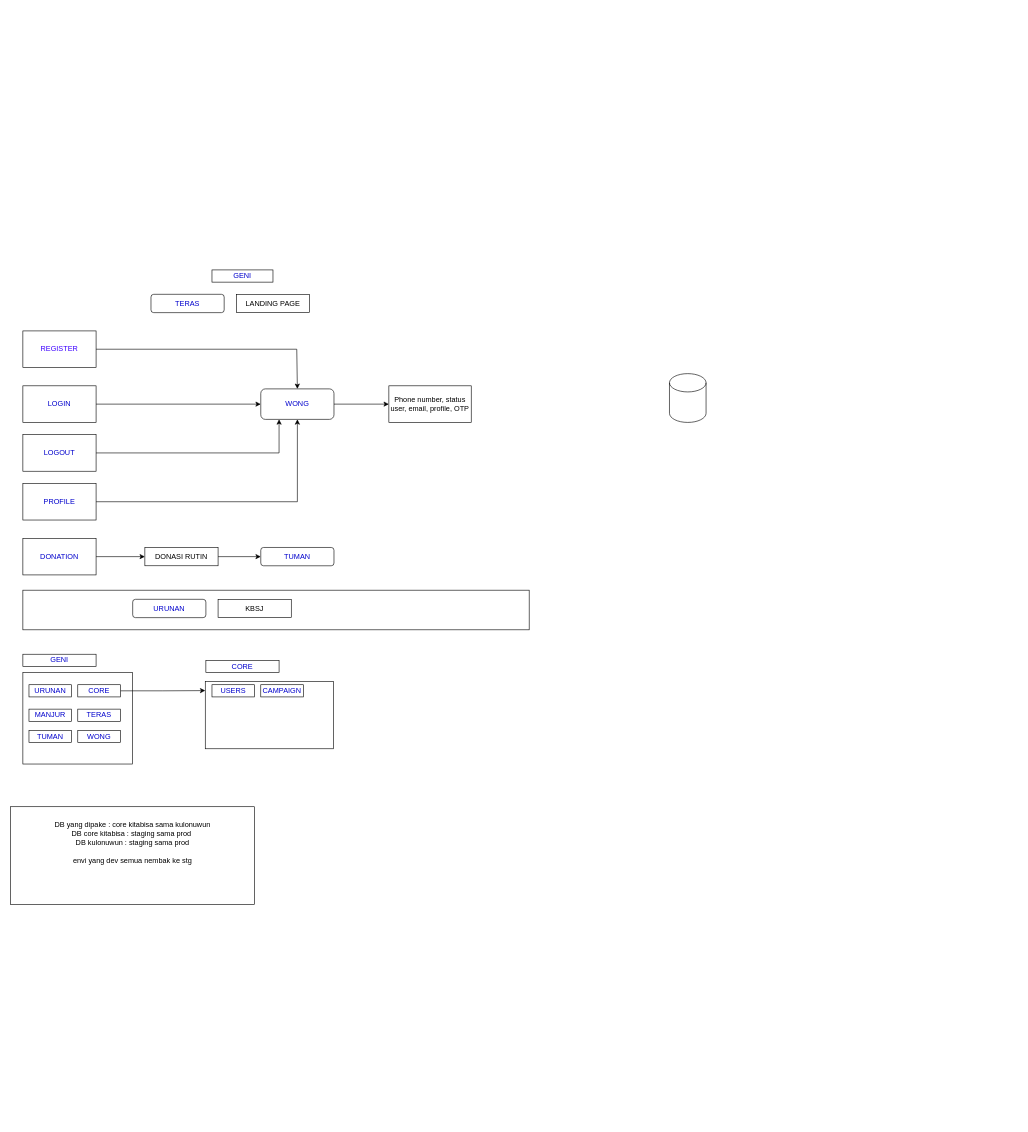
Above: page "WB" (2 of 3) of KTBS-DAS-System-Diagram.drawio in WisnuBramantyo/KTBS-Testing (draw.io), before the change. Source tidied: cells renumbered, new cells numbered last; positions are measured from the earlier drawing's top-left corner, leaving out a move shared by most shapes. Both pictures are drawn from the tidied source at 61%, with x=0, y=0 at pixel (10, 270).
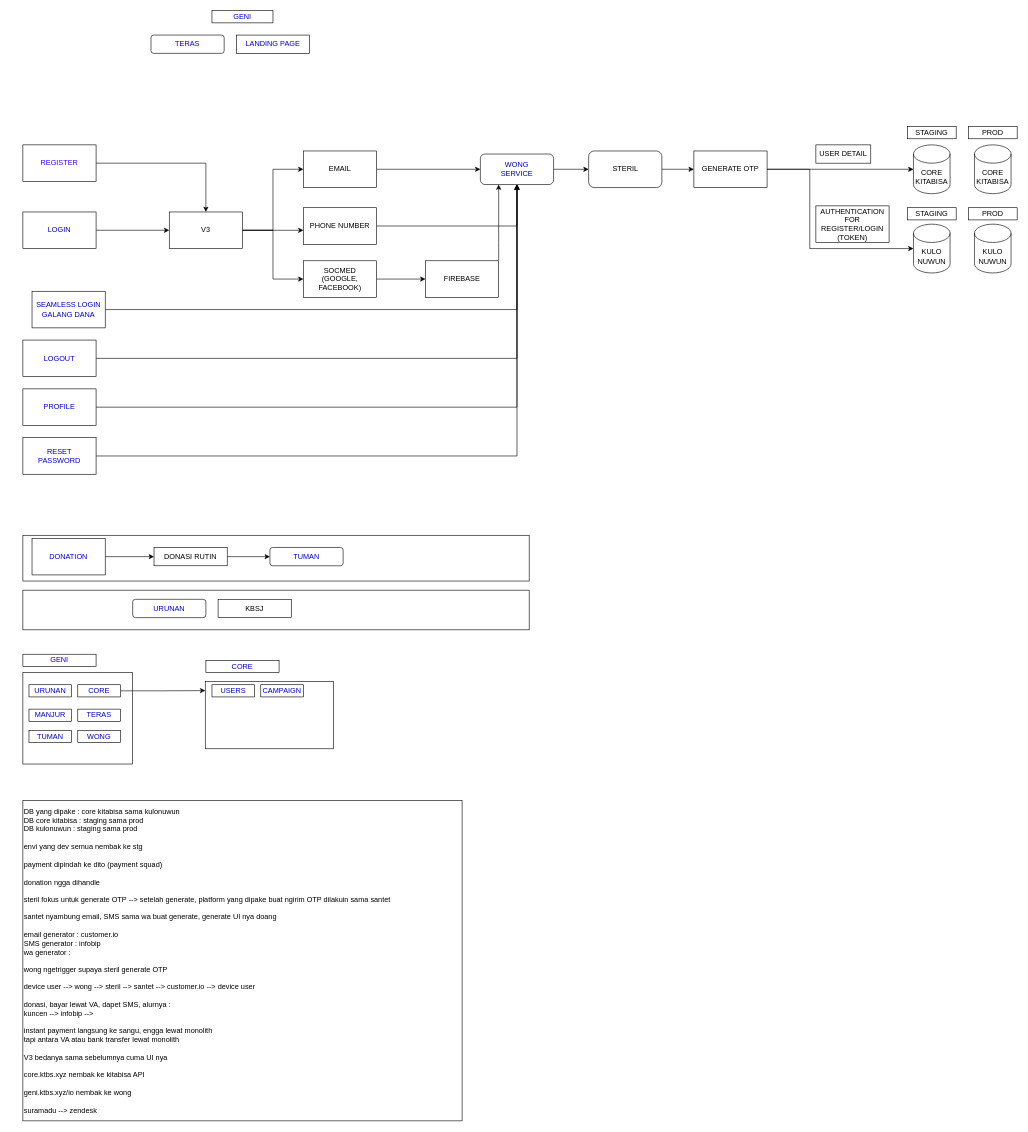
The same page after the edit.

The edit, as a diff of the source:
```diff
@@
+    <mxCell id="39" style="rounded=0;whiteSpace=wrap;html=1;" parent="1" vertex="1">
+      <mxGeometry x="20" y="435" width="830" height="75" as="geometry" />
+    </mxCell>
@@
-    <mxCell id="3" style="edgeStyle=orthogonalEdgeStyle;rounded=0;jettySize=auto;html=1;entryX=0;entryY=0.5;entryDx=0;entryDy=0;" parent="1" edge="1" source="4" target="25">
-      <mxGeometry relative="1" as="geometry" />
-    </mxCell>
+    <mxCell id="40" style="edgeStyle=orthogonalEdgeStyle;rounded=0;jettySize=auto;html=1;entryX=0;entryY=0.5;entryDx=0;entryDy=0;" parent="1" edge="1" source="4" target="50">
+      <mxGeometry relative="1" as="geometry" />
+    </mxCell>
     <mxCell id="4" value="&lt;font color=&quot;#0000cc&quot;&gt;LOGIN&lt;/font&gt;&lt;br&gt;" style="rounded=0;whiteSpace=wrap;html=1;" parent="1" vertex="1">
-      <mxGeometry x="20" y="190" width="120" height="60" as="geometry" />
+      <mxGeometry x="20" y="-95" width="120" height="60" as="geometry" />
     </mxCell>
-    <mxCell id="5" style="edgeStyle=orthogonalEdgeStyle;rounded=0;jettySize=auto;html=1;entryX=0.5;entryY=0;entryDx=0;entryDy=0;" parent="1" edge="1" source="6" target="25">
-      <mxGeometry relative="1" as="geometry">
-        <Array as="points">
-          <mxPoint x="469" y="130" />
-        </Array>
-      </mxGeometry>
-    </mxCell>
+    <mxCell id="41" style="edgeStyle=orthogonalEdgeStyle;rounded=0;jettySize=auto;html=1;" parent="1" edge="1" source="6" target="50">
+      <mxGeometry relative="1" as="geometry" />
+    </mxCell>
     <mxCell id="6" value="&lt;font color=&quot;#3c00ff&quot;&gt;REGISTER&lt;/font&gt;" style="rounded=0;whiteSpace=wrap;html=1;" parent="1" vertex="1">
-      <mxGeometry x="20" y="100" width="120" height="60" as="geometry" />
+      <mxGeometry x="20" y="-205" width="120" height="60" as="geometry" />
     </mxCell>
@@
     <mxCell id="8" value="&lt;font color=&quot;#0000cc&quot;&gt;PROFILE&lt;/font&gt;" style="rounded=0;whiteSpace=wrap;html=1;" parent="1" vertex="1">
-      <mxGeometry x="20" y="350" width="120" height="60" as="geometry" />
+      <mxGeometry x="20" y="195" width="120" height="60" as="geometry" />
     </mxCell>
@@
     <mxCell id="10" value="&lt;font color=&quot;#0000cc&quot;&gt;DONATION&lt;/font&gt;" style="rounded=0;whiteSpace=wrap;html=1;" parent="1" vertex="1">
-      <mxGeometry x="20" y="440" width="120" height="60" as="geometry" />
+      <mxGeometry x="35" y="440" width="120" height="60" as="geometry" />
     </mxCell>
@@
-    <mxCell id="24" style="edgeStyle=orthogonalEdgeStyle;rounded=0;jettySize=auto;html=1;entryX=0;entryY=0.5;entryDx=0;entryDy=0;" parent="1" edge="1" source="25" target="29">
-      <mxGeometry relative="1" as="geometry" />
-    </mxCell>
+    <mxCell id="42" style="edgeStyle=orthogonalEdgeStyle;rounded=0;jettySize=auto;html=1;" parent="1" edge="1" source="25" target="61">
+      <mxGeometry relative="1" as="geometry" />
+    </mxCell>
-    <mxCell id="25" value="&lt;font color=&quot;#0000cc&quot;&gt;WONG&lt;/font&gt;" style="rounded=1;whiteSpace=wrap;html=1;" parent="1" vertex="1">
-      <mxGeometry x="410" y="195" width="120" height="50" as="geometry" />
+    <mxCell id="25" value="&lt;font color=&quot;#0000cc&quot;&gt;WONG&lt;br&gt;SERVICE&lt;/font&gt;" style="rounded=1;whiteSpace=wrap;html=1;" parent="1" vertex="1">
+      <mxGeometry x="770" y="-190" width="120" height="50" as="geometry" />
     </mxCell>
@@
     <mxCell id="27" value="&lt;font color=&quot;#0000cc&quot;&gt;TERAS&lt;/font&gt;" style="rounded=1;whiteSpace=wrap;html=1;" parent="1" vertex="1">
-      <mxGeometry x="230" y="40" width="120" height="30" as="geometry" />
+      <mxGeometry x="230" y="-385" width="120" height="30" as="geometry" />
     </mxCell>
     <mxCell id="28" value="&lt;font color=&quot;#0000cc&quot;&gt;GENI&lt;/font&gt;" style="rounded=0;whiteSpace=wrap;html=1;" parent="1" vertex="1">
-      <mxGeometry x="330" width="100" height="20" as="geometry" />
+      <mxGeometry x="330" y="-425" width="100" height="20" as="geometry" />
     </mxCell>
-    <mxCell id="29" value="Phone number, status user, email, profile, OTP" style="rounded=0;whiteSpace=wrap;html=1;" parent="1" vertex="1">
-      <mxGeometry x="620" y="190" width="135" height="60" as="geometry" />
-    </mxCell>
@@
     <mxCell id="32" value="DONASI RUTIN" style="rounded=0;whiteSpace=wrap;html=1;" parent="1" vertex="1">
-      <mxGeometry x="220" y="455" width="120" height="30" as="geometry" />
+      <mxGeometry x="235" y="455" width="120" height="30" as="geometry" />
     </mxCell>
-    <mxCell id="33" value="LANDING PAGE" style="rounded=0;whiteSpace=wrap;html=1;" parent="1" vertex="1">
-      <mxGeometry x="370" y="40" width="120" height="30" as="geometry" />
+    <mxCell id="33" value="&lt;font color=&quot;#0000cc&quot;&gt;LANDING PAGE&lt;/font&gt;" style="rounded=0;whiteSpace=wrap;html=1;" parent="1" vertex="1">
+      <mxGeometry x="370" y="-385" width="120" height="30" as="geometry" />
     </mxCell>
-    <mxCell id="34" style="edgeStyle=orthogonalEdgeStyle;rounded=0;jettySize=auto;html=1;entryX=0.25;entryY=1;entryDx=0;entryDy=0;" parent="1" edge="1" source="35" target="25">
+    <mxCell id="34" style="edgeStyle=orthogonalEdgeStyle;rounded=0;jettySize=auto;html=1;" parent="1" edge="1" source="35" target="25">
       <mxGeometry relative="1" as="geometry" />
     </mxCell>
     <mxCell id="35" value="&lt;font color=&quot;#0000cc&quot;&gt;LOGOUT&lt;/font&gt;" style="rounded=0;whiteSpace=wrap;html=1;" parent="1" vertex="1">
-      <mxGeometry x="20" y="270" width="120" height="60" as="geometry" />
+      <mxGeometry x="20" y="115" width="120" height="60" as="geometry" />
     </mxCell>
     <mxCell id="36" value="&lt;font color=&quot;#0000cc&quot;&gt;TUMAN&lt;/font&gt;" style="rounded=1;whiteSpace=wrap;html=1;" parent="1" vertex="1">
-      <mxGeometry x="410" y="455" width="120" height="30" as="geometry" />
+      <mxGeometry x="425" y="455" width="120" height="30" as="geometry" />
     </mxCell>
-    <mxCell id="37" style="shape=cylinder3;whiteSpace=wrap;html=1;boundedLbl=1;backgroundOutline=1;size=15;" parent="1" vertex="1">
-      <mxGeometry x="1080" y="170" width="60" height="80" as="geometry" />
+    <mxCell id="37" value="CORE KITABISA" style="shape=cylinder3;whiteSpace=wrap;html=1;boundedLbl=1;backgroundOutline=1;size=15;" parent="1" vertex="1">
+      <mxGeometry x="1480" y="-205" width="60" height="80" as="geometry" />
     </mxCell>
-    <mxCell id="38" value="DB yang dipake : core kitabisa sama kulonuwun&lt;br&gt;DB core kitabisa : staging sama prod&amp;nbsp;&lt;br&gt;DB kulonuwun : staging sama prod&lt;br&gt;&lt;br&gt;envi yang dev semua nembak ke stg&lt;br&gt;&lt;br&gt;&lt;br&gt;&lt;br&gt;" style="rounded=0;whiteSpace=wrap;html=1;" parent="1" vertex="1">
-      <mxGeometry y="880" width="400" height="160" as="geometry" />
+    <mxCell id="38" value="DB yang dipake : core kitabisa sama kulonuwun&lt;br&gt;DB core kitabisa : staging sama prod&amp;nbsp;&lt;br&gt;DB kulonuwun : staging sama prod&lt;br&gt;&lt;br&gt;envi yang dev semua nembak ke stg&lt;br&gt;&lt;br&gt;payment dipindah ke dito (payment squad)&lt;br&gt;&lt;br&gt;donation ngga dihandle&lt;br&gt;&lt;br&gt;steril fokus untuk generate OTP --&amp;gt; setelah generate, platform yang dipake buat ngirim OTP dilakuin sama santet&lt;br&gt;&lt;br&gt;santet nyambung email, SMS sama wa buat generate, generate UI nya doang&lt;br&gt;&lt;br&gt;email generator : customer.io&lt;br&gt;SMS generator : infobip&lt;br&gt;wa generator :&amp;nbsp;&lt;br&gt;&lt;br&gt;wong ngetrigger supaya steril generate OTP&lt;br&gt;&lt;br&gt;device user --&amp;gt; wong --&amp;gt; steril --&amp;gt; santet --&amp;gt; customer.io --&amp;gt; device user&lt;br&gt;&lt;br&gt;donasi, bayar lewat VA, dapet SMS, alurnya :&lt;br&gt;kuncen --&amp;gt; infobip --&amp;gt;&lt;br&gt;&lt;br&gt;instant payment langsung ke sangu, engga lewat monolith&lt;br&gt;tapi antara VA atau bank transfer lewat monolith&lt;br&gt;&lt;br&gt;V3 bedanya sama sebelumnya cuma UI nya&lt;br&gt;&lt;br&gt;core.ktbs.xyz nembak ke kitabisa API&lt;br&gt;&lt;br&gt;geni.ktbs.xyz/io nembak ke wong&lt;br&gt;&lt;br&gt;suramadu --&amp;gt; zendesk&amp;nbsp;" style="rounded=0;whiteSpace=wrap;html=1;align=left;" parent="1" vertex="1">
+      <mxGeometry x="20" y="870" width="720" height="525" as="geometry" />
     </mxCell>
+    <mxCell id="43" style="edgeStyle=orthogonalEdgeStyle;rounded=0;jettySize=auto;html=1;" parent="1" edge="1" source="44" target="25">
+      <mxGeometry relative="1" as="geometry" />
+    </mxCell>
+    <mxCell id="44" value="&lt;font color=&quot;#0000cc&quot;&gt;RESET&lt;br&gt;PASSWORD&lt;br&gt;&lt;/font&gt;" style="rounded=0;whiteSpace=wrap;html=1;" parent="1" vertex="1">
+      <mxGeometry x="20" y="275" width="120" height="60" as="geometry" />
+    </mxCell>
+    <mxCell id="45" style="edgeStyle=orthogonalEdgeStyle;rounded=0;jettySize=auto;html=1;entryX=0.5;entryY=1;entryDx=0;entryDy=0;" parent="1" edge="1" source="46" target="25">
+      <mxGeometry relative="1" as="geometry" />
+    </mxCell>
+    <mxCell id="46" value="&lt;font color=&quot;#0000cc&quot;&gt;SEAMLESS LOGIN&lt;br&gt;GALANG DANA&lt;br&gt;&lt;/font&gt;" style="rounded=0;whiteSpace=wrap;html=1;" parent="1" vertex="1">
+      <mxGeometry x="35" y="35" width="120" height="60" as="geometry" />
+    </mxCell>
+    <mxCell id="47" style="edgeStyle=orthogonalEdgeStyle;rounded=0;jettySize=auto;html=1;entryX=0;entryY=0.617;entryDx=0;entryDy=0;entryPerimeter=0;" parent="1" edge="1" source="50" target="54">
+      <mxGeometry relative="1" as="geometry" />
+    </mxCell>
+    <mxCell id="48" style="edgeStyle=orthogonalEdgeStyle;rounded=0;jettySize=auto;html=1;entryX=0;entryY=0.5;entryDx=0;entryDy=0;" parent="1" edge="1" source="50" target="56">
+      <mxGeometry relative="1" as="geometry" />
+    </mxCell>
+    <mxCell id="49" style="edgeStyle=orthogonalEdgeStyle;rounded=0;jettySize=auto;html=1;entryX=0;entryY=0.5;entryDx=0;entryDy=0;" parent="1" edge="1" source="50" target="52">
+      <mxGeometry relative="1" as="geometry" />
+    </mxCell>
+    <mxCell id="50" value="V3" style="rounded=0;whiteSpace=wrap;html=1;" parent="1" vertex="1">
+      <mxGeometry x="260" y="-95" width="120" height="60" as="geometry" />
+    </mxCell>
+    <mxCell id="51" style="edgeStyle=orthogonalEdgeStyle;rounded=0;jettySize=auto;html=1;entryX=0;entryY=0.5;entryDx=0;entryDy=0;" parent="1" edge="1" source="52" target="25">
+      <mxGeometry relative="1" as="geometry" />
+    </mxCell>
+    <mxCell id="52" value="EMAIL" style="rounded=0;whiteSpace=wrap;html=1;" parent="1" vertex="1">
+      <mxGeometry x="480" y="-195" width="120" height="60" as="geometry" />
+    </mxCell>
+    <mxCell id="53" style="edgeStyle=orthogonalEdgeStyle;rounded=0;jettySize=auto;html=1;" parent="1" edge="1" source="54" target="25">
+      <mxGeometry relative="1" as="geometry" />
+    </mxCell>
+    <mxCell id="54" value="PHONE NUMBER" style="rounded=0;whiteSpace=wrap;html=1;" parent="1" vertex="1">
+      <mxGeometry x="480" y="-102" width="120" height="60" as="geometry" />
+    </mxCell>
+    <mxCell id="55" style="edgeStyle=orthogonalEdgeStyle;rounded=0;jettySize=auto;html=1;" parent="1" edge="1" source="56" target="58">
+      <mxGeometry relative="1" as="geometry" />
+    </mxCell>
+    <mxCell id="56" value="SOCMED&lt;br&gt;(GOOGLE,&lt;br&gt;FACEBOOK)" style="rounded=0;whiteSpace=wrap;html=1;" parent="1" vertex="1">
+      <mxGeometry x="480" y="-15" width="120" height="60" as="geometry" />
+    </mxCell>
+    <mxCell id="57" style="edgeStyle=orthogonalEdgeStyle;rounded=0;jettySize=auto;html=1;entryX=0.25;entryY=1;entryDx=0;entryDy=0;" parent="1" edge="1" source="58" target="25">
+      <mxGeometry relative="1" as="geometry">
+        <Array as="points">
+          <mxPoint x="800" y="-45" />
+          <mxPoint x="800" y="-45" />
+        </Array>
+      </mxGeometry>
+    </mxCell>
+    <mxCell id="58" value="FIREBASE" style="rounded=0;whiteSpace=wrap;html=1;" parent="1" vertex="1">
+      <mxGeometry x="680" y="-15" width="120" height="60" as="geometry" />
+    </mxCell>
+    <mxCell id="59" value="KULO&lt;br&gt;NUWUN" style="shape=cylinder3;whiteSpace=wrap;html=1;boundedLbl=1;backgroundOutline=1;size=15;" parent="1" vertex="1">
+      <mxGeometry x="1480" y="-75" width="60" height="80" as="geometry" />
+    </mxCell>
+    <mxCell id="60" style="edgeStyle=orthogonalEdgeStyle;rounded=0;jettySize=auto;html=1;" parent="1" edge="1" source="61" target="64">
+      <mxGeometry relative="1" as="geometry" />
+    </mxCell>
+    <mxCell id="61" value="STERIL" style="rounded=1;whiteSpace=wrap;html=1;" parent="1" vertex="1">
+      <mxGeometry x="947.5" y="-195" width="120" height="60" as="geometry" />
+    </mxCell>
+    <mxCell id="62" style="edgeStyle=orthogonalEdgeStyle;rounded=0;jettySize=auto;html=1;" parent="1" edge="1" source="64" target="37">
+      <mxGeometry relative="1" as="geometry" />
+    </mxCell>
+    <mxCell id="63" style="edgeStyle=orthogonalEdgeStyle;rounded=0;jettySize=auto;html=1;entryX=0;entryY=0.5;entryDx=0;entryDy=0;entryPerimeter=0;" parent="1" edge="1" source="64" target="59">
+      <mxGeometry relative="1" as="geometry">
+        <Array as="points">
+          <mxPoint x="1310" y="-165" />
+          <mxPoint x="1310" y="-35" />
+        </Array>
+      </mxGeometry>
+    </mxCell>
+    <mxCell id="64" value="GENERATE OTP" style="rounded=0;whiteSpace=wrap;html=1;" parent="1" vertex="1">
+      <mxGeometry x="1120" y="-195" width="120" height="60" as="geometry" />
+    </mxCell>
+    <mxCell id="65" value="STAGING" style="rounded=0;whiteSpace=wrap;html=1;" parent="1" vertex="1">
+      <mxGeometry x="1470" y="-235" width="80" height="20" as="geometry" />
+    </mxCell>
+    <mxCell id="66" value="CORE KITABISA" style="shape=cylinder3;whiteSpace=wrap;html=1;boundedLbl=1;backgroundOutline=1;size=15;" parent="1" vertex="1">
+      <mxGeometry x="1580" y="-205" width="60" height="80" as="geometry" />
+    </mxCell>
+    <mxCell id="67" value="PROD" style="rounded=0;whiteSpace=wrap;html=1;" parent="1" vertex="1">
+      <mxGeometry x="1570" y="-235" width="80" height="20" as="geometry" />
+    </mxCell>
+    <mxCell id="68" value="KULO&lt;br&gt;NUWUN" style="shape=cylinder3;whiteSpace=wrap;html=1;boundedLbl=1;backgroundOutline=1;size=15;" parent="1" vertex="1">
+      <mxGeometry x="1580" y="-75" width="60" height="80" as="geometry" />
+    </mxCell>
+    <mxCell id="69" value="STAGING" style="rounded=0;whiteSpace=wrap;html=1;" parent="1" vertex="1">
+      <mxGeometry x="1470" y="-102" width="80" height="20" as="geometry" />
+    </mxCell>
+    <mxCell id="70" value="PROD" style="rounded=0;whiteSpace=wrap;html=1;" parent="1" vertex="1">
+      <mxGeometry x="1570" y="-102" width="80" height="20" as="geometry" />
+    </mxCell>
+    <mxCell id="71" value="AUTHENTICATION&lt;br&gt;FOR REGISTER/LOGIN&lt;br&gt;(TOKEN)" style="rounded=0;whiteSpace=wrap;html=1;" parent="1" vertex="1">
+      <mxGeometry x="1320" y="-105" width="120" height="60" as="geometry" />
+    </mxCell>
+    <mxCell id="72" value="USER DETAIL" style="rounded=0;whiteSpace=wrap;html=1;" parent="1" vertex="1">
+      <mxGeometry x="1320" y="-205" width="90" height="30" as="geometry" />
+    </mxCell>
```
